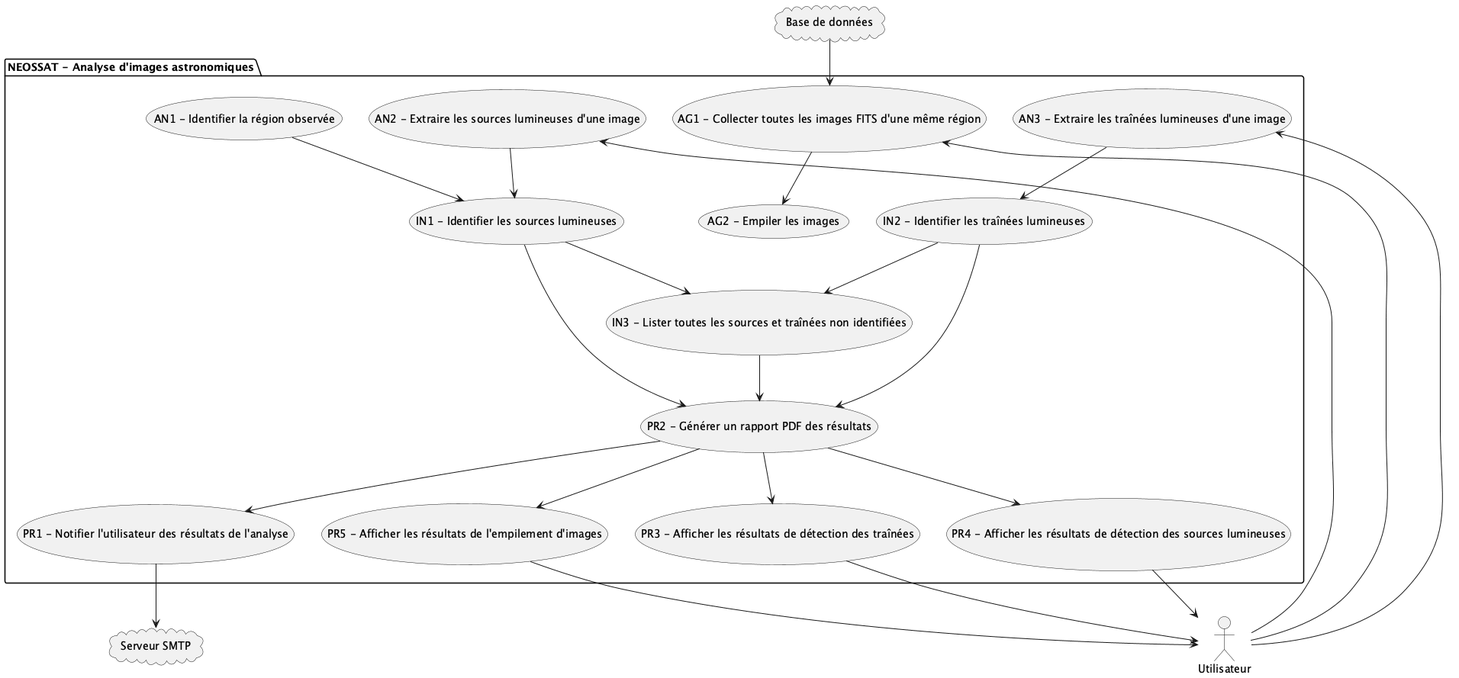
julianadelgado/NEOSSat-Astronomy-Image-Analysis keeps this PlantUML diagram as wiki/use-case-fr.png. Above is the earlier version.
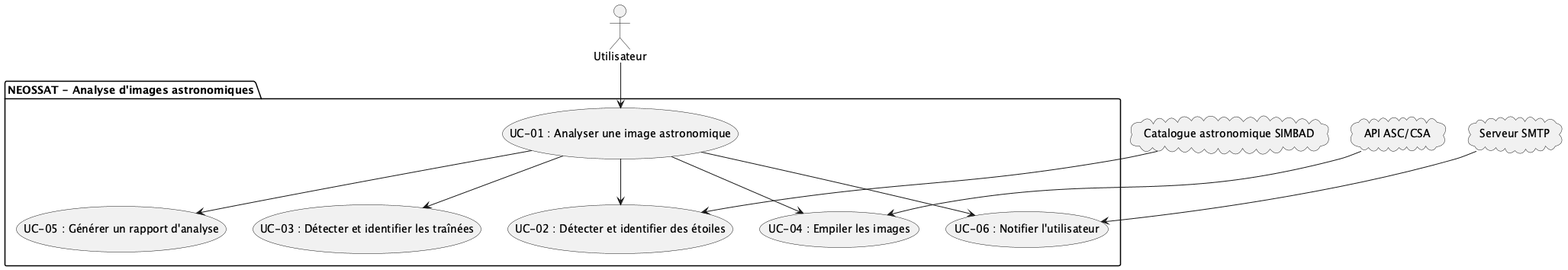
The same file after the commit.

Commit message:
Updated use-case

What changed in the source:
```diff
@@ -1,54 +1,34 @@
 @startuml use-case-fr
+top to bottom direction
 
 actor Utilisateur
 
-cloud "Base de données" as DB
+cloud "Catalogue astronomique SIMBAD" as SIMBAD
+cloud "API ASC/CSA" as SAT
 cloud "Serveur SMTP" as SMTP
 
 package "NEOSSAT - Analyse d'images astronomiques" {
 
-    usecase "AG1 - Collecter toutes les images FITS d'une même région" as AG1
-    usecase "AG2 - Empiler les images" as AG2
-
-    usecase "AN1 - Identifier la région observée" as AN1
-    usecase "AN2 - Extraire les sources lumineuses d'une image" as AN2
-    usecase "AN3 - Extraire les traînées lumineuses d'une image" as AN3
-
-    usecase "IN1 - Identifier les sources lumineuses" as IN1
-    usecase "IN2 - Identifier les traînées lumineuses" as IN2
-    usecase "IN3 - Lister toutes les sources et traînées non identifiées" as IN3
-
-    usecase "PR1 - Notifier l'utilisateur des résultats de l'analyse" as PR1
-    usecase "PR2 - Générer un rapport PDF des résultats" as PR2
-    usecase "PR3 - Afficher les résultats de détection des traînées" as PR3
-    usecase "PR4 - Afficher les résultats de détection des sources lumineuses" as PR4
-    usecase "PR5 - Afficher les résultats de l'empilement d'images" as PR5
+    usecase "UC-01 : Analyser une image astronomique" as UC01
+    usecase "UC-02 : Détecter et identifier des étoiles" as UC02
+    usecase "UC-03 : Détecter et identifier les traînées" as UC03
+    usecase "UC-04 : Empiler les images" as UC04
+    usecase "UC-05 : Générer un rapport d'analyse" as UC05
+    usecase "UC-06 : Notifier l'utilisateur" as UC06
 
 }
 
-Utilisateur --> AG1
-Utilisateur --> AN2
-Utilisateur --> AN3
+Utilisateur --> UC01
 
-DB --> AG1
-AG1 --> AG2
+UC01 --> UC02
+UC01 --> UC03
+UC01 --> UC05
+UC01 --> UC06
 
-AN1 --> IN1
-AN2 --> IN1
-IN1 --> PR2
-AN3 --> IN2
-IN2 --> PR2
-IN1 --> IN3
-IN2 --> IN3
-IN3 --> PR2
+UC01 --> UC04
 
-PR2 --> PR1
-PR1 --> SMTP
-PR2 --> PR3
-PR3 --> Utilisateur
-PR2 --> PR4
-PR4 --> Utilisateur
-PR2 --> PR5
-PR5 --> Utilisateur
+SIMBAD --> UC02
+SAT --> UC04
+SMTP --> UC06
 
 @enduml
```
